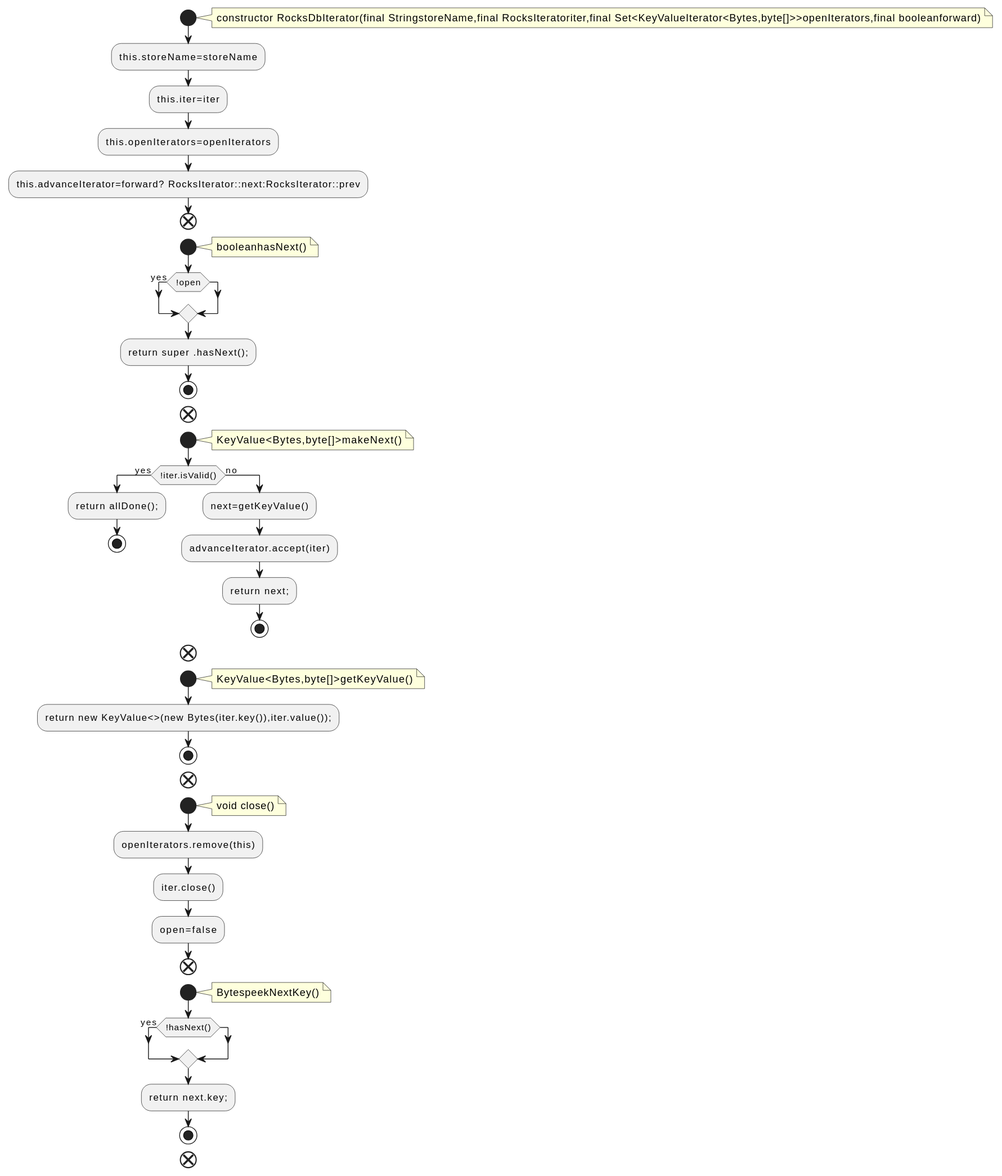
Above: docs/qc/streams/src/main/java/org/apache/kafka/streams/state/internals/RocksDbIterator.java.fct.svg in qualitesys/kafka (PlantUML), before the change. The source it was exported from:
```plantuml
@startuml
!pragma layout smetana
start
note right
constructor RocksDbIterator(final StringstoreName,final RocksIteratoriter,final Set<KeyValueIterator<Bytes,byte[]>>openIterators,final booleanforward)
end note
:this.storeName=storeName;
:this.iter=iter;
:this.openIterators=openIterators;
:this.advanceIterator=forward? RocksIterator::next:RocksIterator::prev;
end
start
note right
booleanhasNext()
end note
if (!open) then (yes)
endif
:return super .hasNext();;
stop
end
start
note right
KeyValue<Bytes,byte[]>makeNext()
end note
if (!iter.isValid()) then (yes)
:return allDone();;
stop
else (no)
:next=getKeyValue();
:advanceIterator.accept(iter);
:return next;;
stop
endif
end
start
note right
KeyValue<Bytes,byte[]>getKeyValue()
end note
:return new KeyValue<>(new Bytes(iter.key()),iter.value());;
stop
end
start
note right
void close()
end note
:openIterators.remove(this);
:iter.close();
:open=false;
end
start
note right
BytespeekNextKey()
end note
if (!hasNext()) then (yes)
endif
:return next.key;;
stop
end
@enduml
```
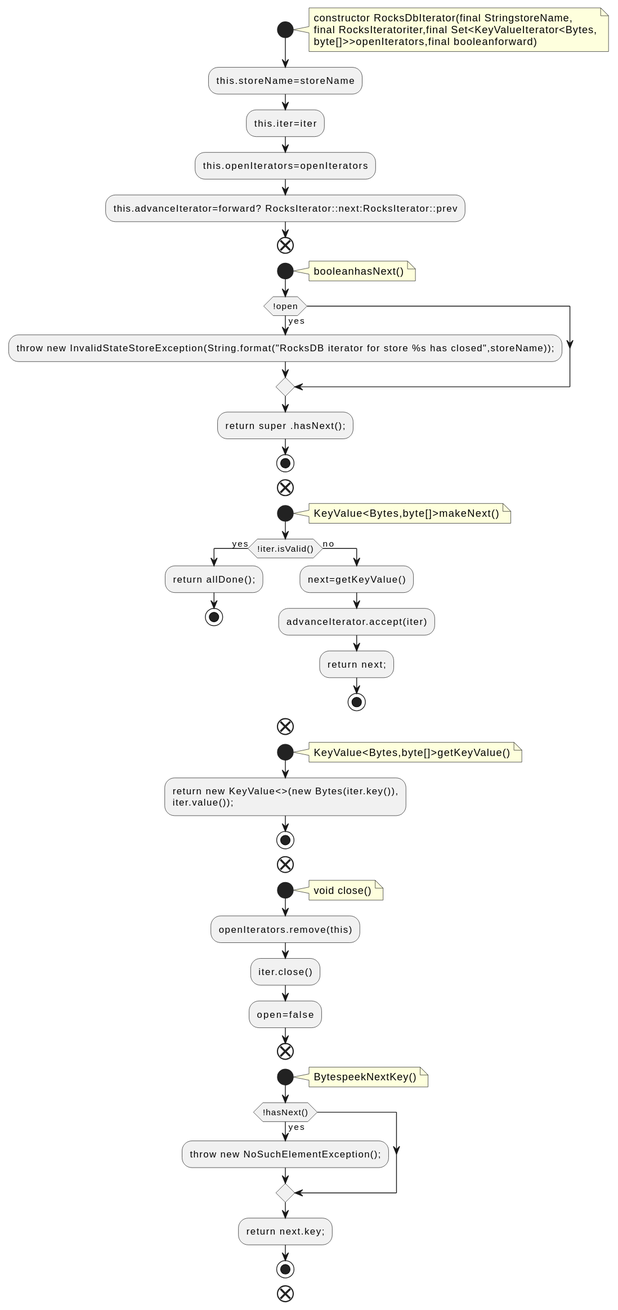
After the commit.

Change to the diagram source:
```diff
@@ -2,7 +2,9 @@
 !pragma layout smetana
 start
 note right
-constructor RocksDbIterator(final StringstoreName,final RocksIteratoriter,final Set<KeyValueIterator<Bytes,byte[]>>openIterators,final booleanforward)
+constructor RocksDbIterator(final StringstoreName,
+final RocksIteratoriter,final Set<KeyValueIterator<Bytes,
+byte[]>>openIterators,final booleanforward)
 end note
 :this.storeName=storeName;
 :this.iter=iter;
@@ -14,6 +16,7 @@
 booleanhasNext()
 end note
 if (!open) then (yes)
+:throw new InvalidStateStoreException(String.format("RocksDB iterator for store %s has closed",storeName));;
 endif
 :return super .hasNext();;
 stop
@@ -36,7 +39,8 @@
 note right
 KeyValue<Bytes,byte[]>getKeyValue()
 end note
-:return new KeyValue<>(new Bytes(iter.key()),iter.value());;
+:return new KeyValue<>(new Bytes(iter.key()),
+iter.value());;
 stop
 end
 start
@@ -52,6 +56,7 @@
 BytespeekNextKey()
 end note
 if (!hasNext()) then (yes)
+:throw new NoSuchElementException();;
 endif
 :return next.key;;
 stop
```
